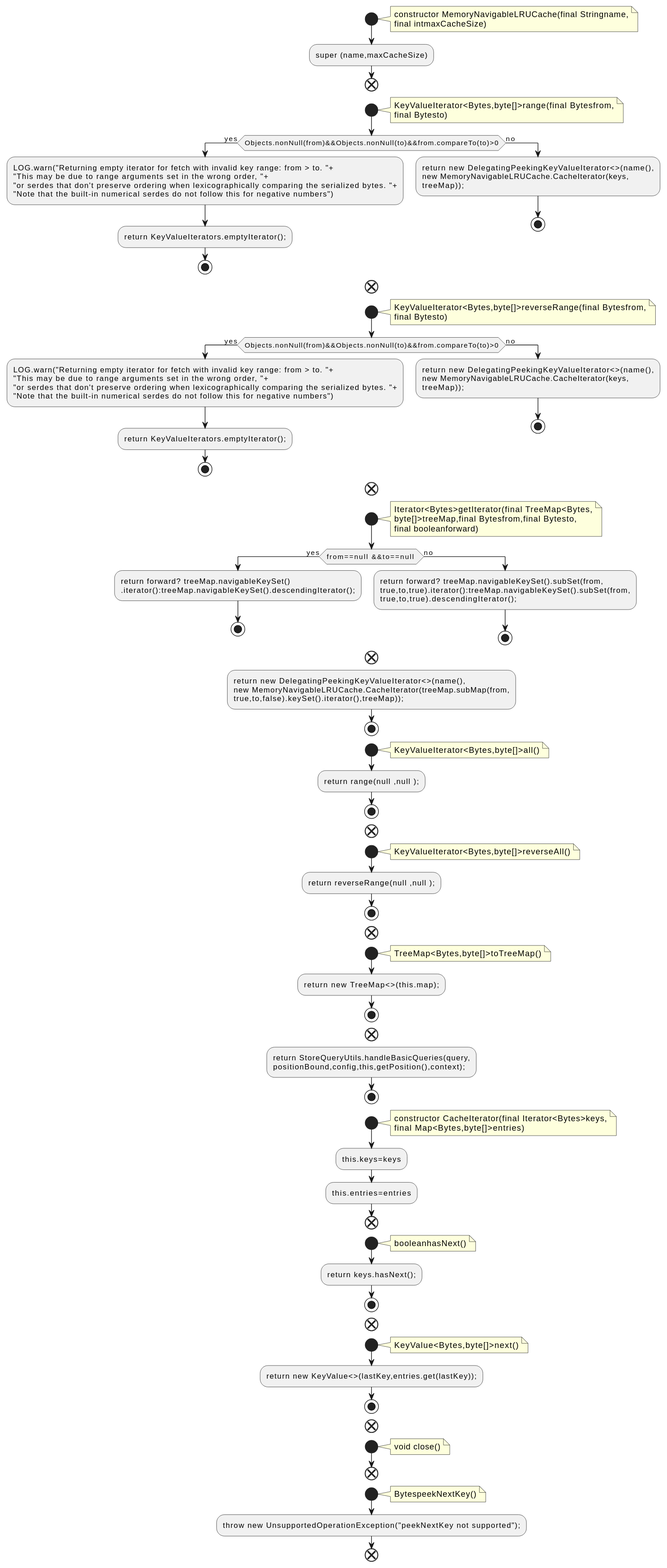
Earlier version of the PlantUML export docs/qc/streams/src/main/java/org/apache/kafka/streams/state/internals/MemoryNavigableLRUCache.java.fct.svg (qualitesys/kafka). The source it was exported from:
```plantuml
@startuml
!pragma layout smetana
start
note right
constructor MemoryNavigableLRUCache(final Stringname,
final intmaxCacheSize)
end note
:super (name,maxCacheSize);
end
start
note right
KeyValueIterator<Bytes,byte[]>range(final Bytesfrom,
final Bytesto)
end note
if (Objects.nonNull(from)&&Objects.nonNull(to)&&from.compareTo(to)>0) then (yes)
:LOG.warn("Returning empty iterator for fetch with invalid key range: from > to. "+
"This may be due to range arguments set in the wrong order, "+
"or serdes that don't preserve ordering when lexicographically comparing the serialized bytes. "+
"Note that the built-in numerical serdes do not follow this for negative numbers");
:return KeyValueIterators.emptyIterator();;
stop
else (no)
:return new DelegatingPeekingKeyValueIterator<>(name(),
new MemoryNavigableLRUCache.CacheIterator(keys,
treeMap));;
stop
endif
end
start
note right
KeyValueIterator<Bytes,byte[]>reverseRange(final Bytesfrom,
final Bytesto)
end note
if (Objects.nonNull(from)&&Objects.nonNull(to)&&from.compareTo(to)>0) then (yes)
:LOG.warn("Returning empty iterator for fetch with invalid key range: from > to. "+
"This may be due to range arguments set in the wrong order, "+
"or serdes that don't preserve ordering when lexicographically comparing the serialized bytes. "+
"Note that the built-in numerical serdes do not follow this for negative numbers");
:return KeyValueIterators.emptyIterator();;
stop
else (no)
:return new DelegatingPeekingKeyValueIterator<>(name(),
new MemoryNavigableLRUCache.CacheIterator(keys,
treeMap));;
stop
endif
end
start
note right
Iterator<Bytes>getIterator(final TreeMap<Bytes,
byte[]>treeMap,final Bytesfrom,final Bytesto,
final booleanforward)
end note
if (from==null &&to==null ) then (yes)
:return forward? treeMap.navigableKeySet()
.iterator():treeMap.navigableKeySet().descendingIterator();;
stop
else (no)
:return forward? treeMap.navigableKeySet().subSet(from,
true,to,true).iterator():treeMap.navigableKeySet().subSet(from,
true,to,true).descendingIterator();;
stop
endif
end
:return new DelegatingPeekingKeyValueIterator<>(name(),
new MemoryNavigableLRUCache.CacheIterator(treeMap.subMap(from,
true,to,false).keySet().iterator(),treeMap));;
stop
start
note right
KeyValueIterator<Bytes,byte[]>all()
end note
:return range(null ,null );;
stop
end
start
note right
KeyValueIterator<Bytes,byte[]>reverseAll()
end note
:return reverseRange(null ,null );;
stop
end
start
note right
TreeMap<Bytes,byte[]>toTreeMap()
end note
:return new TreeMap<>(this.map);;
stop
end
:return StoreQueryUtils.handleBasicQueries(query,
positionBound,config,this,getPosition(),context);;
stop
start
note right
constructor CacheIterator(final Iterator<Bytes>keys,
final Map<Bytes,byte[]>entries)
end note
:this.keys=keys;
:this.entries=entries;
end
start
note right
booleanhasNext()
end note
:return keys.hasNext();;
stop
end
start
note right
KeyValue<Bytes,byte[]>next()
end note
:return new KeyValue<>(lastKey,entries.get(lastKey));;
stop
end
start
note right
void close()
end note
end
start
note right
BytespeekNextKey()
end note
:throw new UnsupportedOperationException("peekNextKey not supported");;
end
@enduml
```
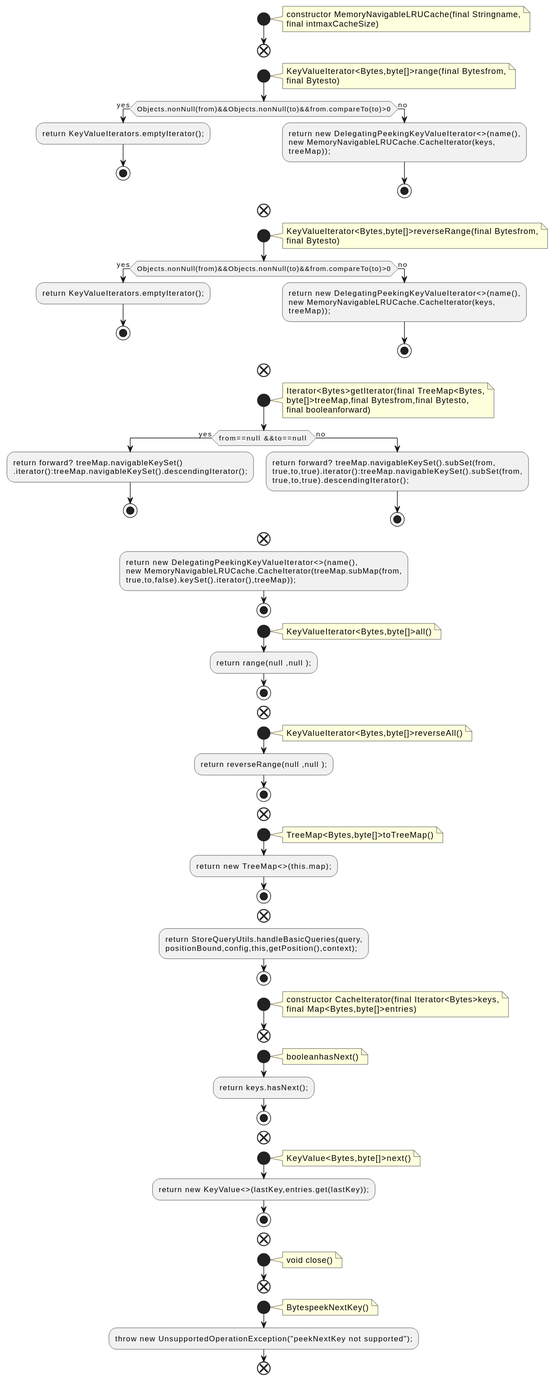
Above is the later version.

What changed in the source:
```diff
@@ -5,7 +5,6 @@
 constructor MemoryNavigableLRUCache(final Stringname,
 final intmaxCacheSize)
 end note
-:super (name,maxCacheSize);
 end
 start
 note right
@@ -13,10 +12,6 @@
 final Bytesto)
 end note
 if (Objects.nonNull(from)&&Objects.nonNull(to)&&from.compareTo(to)>0) then (yes)
-:LOG.warn("Returning empty iterator for fetch with invalid key range: from > to. "+
-"This may be due to range arguments set in the wrong order, "+
-"or serdes that don't preserve ordering when lexicographically comparing the serialized bytes. "+
-"Note that the built-in numerical serdes do not follow this for negative numbers");
 :return KeyValueIterators.emptyIterator();;
 stop
 else (no)
@@ -32,10 +27,6 @@
 final Bytesto)
 end note
 if (Objects.nonNull(from)&&Objects.nonNull(to)&&from.compareTo(to)>0) then (yes)
-:LOG.warn("Returning empty iterator for fetch with invalid key range: from > to. "+
-"This may be due to range arguments set in the wrong order, "+
-"or serdes that don't preserve ordering when lexicographically comparing the serialized bytes. "+
-"Note that the built-in numerical serdes do not follow this for negative numbers");
 :return KeyValueIterators.emptyIterator();;
 stop
 else (no)
@@ -95,8 +86,6 @@
 constructor CacheIterator(final Iterator<Bytes>keys,
 final Map<Bytes,byte[]>entries)
 end note
-:this.keys=keys;
-:this.entries=entries;
 end
 start
 note right
```
